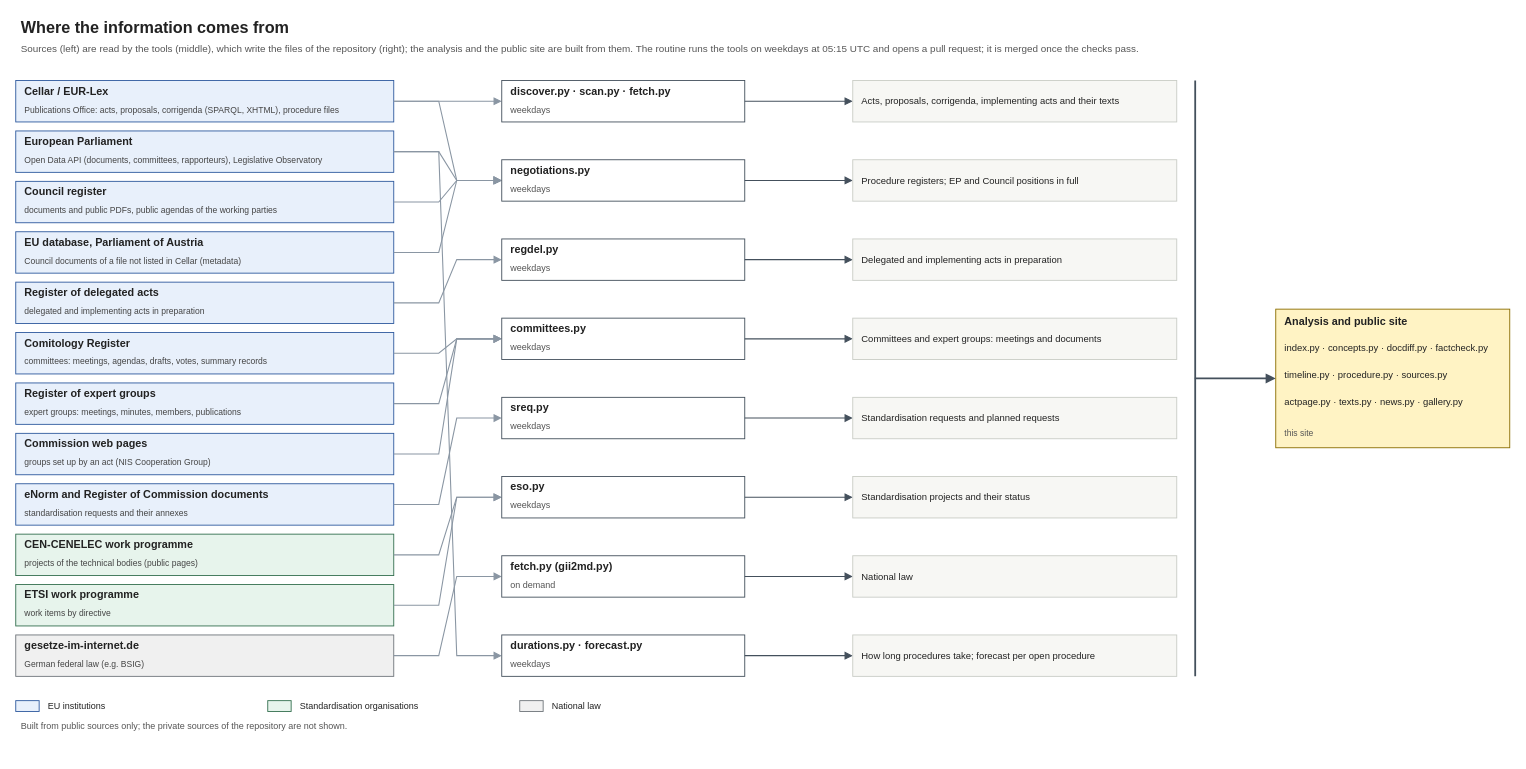
This is sources.drawio from git-z0man/eu-regulation-timeline, a draw.io file, before an edit. Source tidied: cells renumbered, new cells numbered last; positions are measured from the earlier drawing's top-left corner, leaving out a move shared by most shapes. Both pictures are drawn from the tidied source at 90%, with x=0, y=0 at pixel (15, 15).
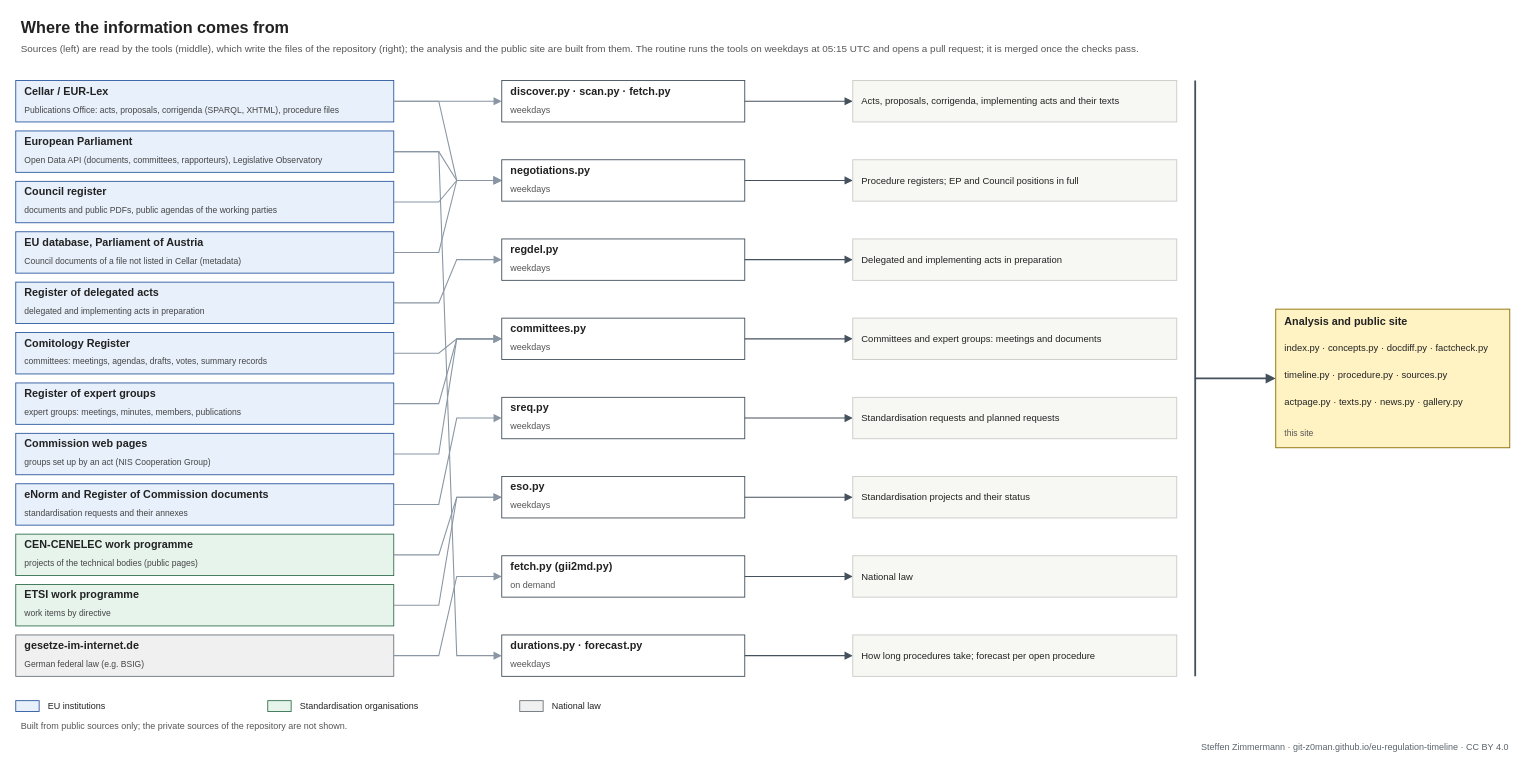
The same diagram, later.

What changed in the source:
```diff
@@
+    <mxCell id="117" value="Steffen Zimmermann · git-z0man.github.io/eu-regulation-timeline · CC BY 4.0" style="text;html=1;fontSize=10;fontColor=#5b646b;align=right;verticalAlign=middle;spacingLeft=4;" parent="1" vertex="1">
+      <mxGeometry y="804" width="1660" height="16" as="geometry" />
+    </mxCell>
```
